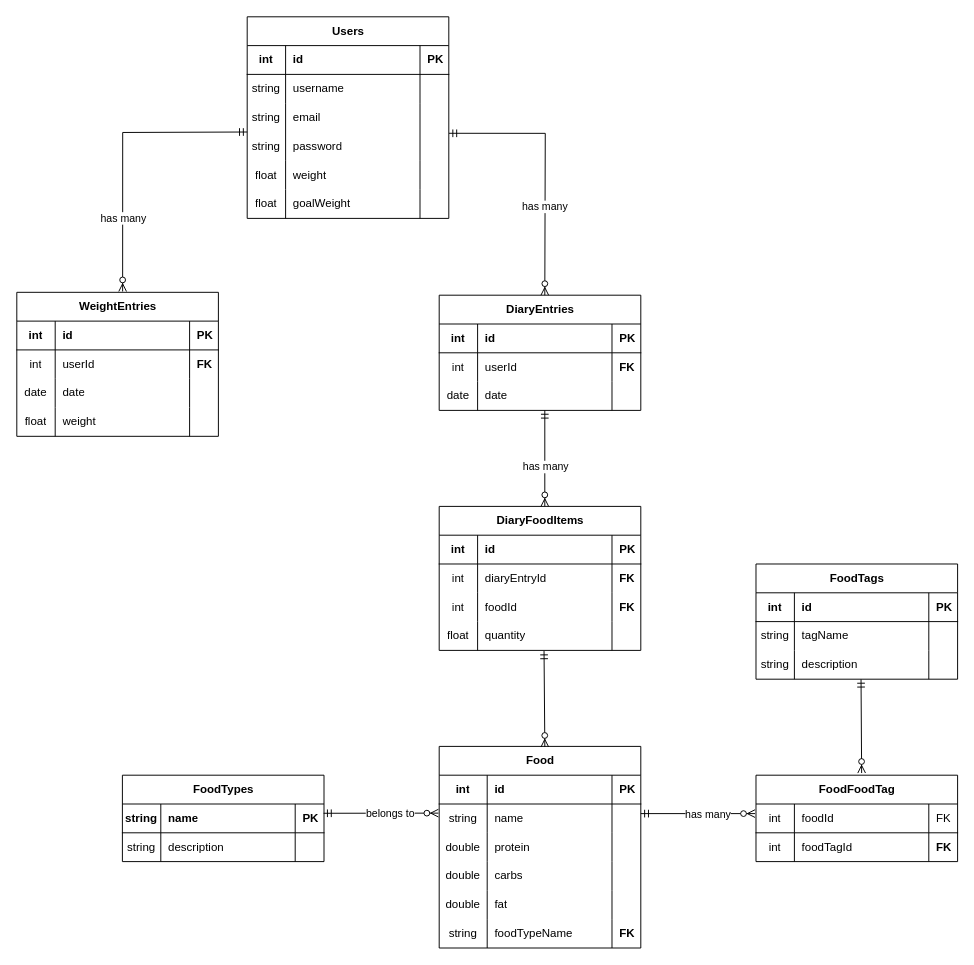
Earlier version of the draw.io diagram fitness-app/diagrams/FitnessApplication.drawio (takeshi-arihori/LaravelApps). Source tidied: cells renumbered, new cells numbered last; positions are measured from the earlier drawing's top-left corner, leaving out a move shared by most shapes. Both pictures are drawn from the tidied source at 96%, with x=0, y=0 at pixel (16, 16).
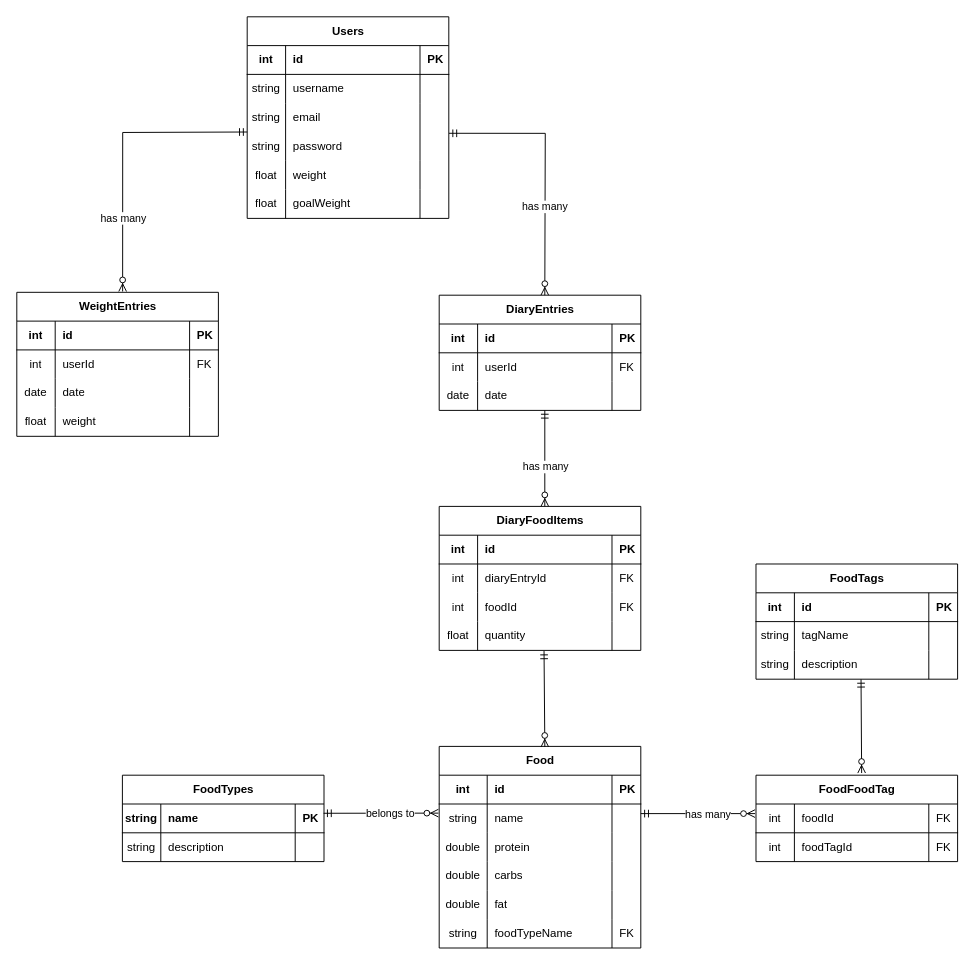
Above is the later version.

The change refers to these unchanged cells:
```xml
<mxCell id="32" style="shape=tableRow;horizontal=0;startSize=0;swimlaneHead=0;swimlaneBody=0;fillColor=none;top=0;left=0;right=0;bottom=0;fontColor=default;" parent="27" vertex="1">
  <mxGeometry y="60" width="210" height="30" as="geometry" />
</mxCell>
<mxCell id="49" style="shape=tableRow;horizontal=0;startSize=0;swimlaneHead=0;swimlaneBody=0;fillColor=none;top=0;left=0;right=0;bottom=0;fontColor=default;" parent="44" vertex="1">
  <mxGeometry y="60" width="210" height="30" as="geometry" />
</mxCell>
<mxCell id="62" style="shape=tableRow;horizontal=0;startSize=0;swimlaneHead=0;swimlaneBody=0;fillColor=none;top=0;left=0;right=0;bottom=0;fontColor=default;" parent="57" vertex="1">
  <mxGeometry y="60" width="210" height="30" as="geometry" />
</mxCell>
<mxCell id="66" style="shape=tableRow;horizontal=0;startSize=0;swimlaneHead=0;swimlaneBody=0;fillColor=none;top=0;left=0;right=0;bottom=0;fontColor=default;" parent="57" vertex="1">
  <mxGeometry y="90" width="210" height="30" as="geometry" />
</mxCell>
<mxCell id="95" style="shape=tableRow;horizontal=0;startSize=0;swimlaneHead=0;swimlaneBody=0;fillColor=none;top=0;left=0;right=0;bottom=0;fontColor=default;" parent="74" vertex="1">
  <mxGeometry y="180" width="210" height="30" as="geometry" />
</mxCell>
<mxCell id="113" style="shape=tableRow;horizontal=0;startSize=0;swimlaneHead=0;swimlaneBody=0;fillColor=none;top=0;left=0;right=0;bottom=0;fontColor=default;" parent="108" vertex="1">
  <mxGeometry y="60" width="210" height="30" as="geometry" />
</mxCell>
```

Diff of the diagram source:
```diff
@@
-    <mxCell id="35" value="&lt;b&gt;FK&lt;/b&gt;" style="shape=partialRectangle;fillColor=none;top=0;left=0;bottom=0;right=0;align=left;spacingLeft=6;overflow=hidden;whiteSpace=wrap;html=1;strokeWidth=1;fontColor=default;" parent="32" vertex="1">
+    <mxCell id="35" value="FK" style="shape=partialRectangle;fillColor=none;top=0;left=0;bottom=0;right=0;align=left;spacingLeft=6;overflow=hidden;whiteSpace=wrap;html=1;strokeWidth=1;fontColor=default;" parent="32" vertex="1">
       <mxGeometry x="180" width="30" height="30" as="geometry" />
     </mxCell>
@@
-    <mxCell id="52" value="&lt;b&gt;FK&lt;/b&gt;" style="shape=partialRectangle;fillColor=none;top=0;left=0;bottom=0;right=0;align=left;spacingLeft=6;overflow=hidden;whiteSpace=wrap;html=1;strokeWidth=1;fontColor=default;" parent="49" vertex="1">
+    <mxCell id="52" value="FK" style="shape=partialRectangle;fillColor=none;top=0;left=0;bottom=0;right=0;align=left;spacingLeft=6;overflow=hidden;whiteSpace=wrap;html=1;strokeWidth=1;fontColor=default;" parent="49" vertex="1">
       <mxGeometry x="180" width="30" height="30" as="geometry" />
     </mxCell>
@@
-    <mxCell id="65" value="&lt;b&gt;FK&lt;/b&gt;" style="shape=partialRectangle;fillColor=none;top=0;left=0;bottom=0;right=0;align=left;spacingLeft=6;overflow=hidden;whiteSpace=wrap;html=1;strokeWidth=1;fontColor=default;" parent="62" vertex="1">
+    <mxCell id="65" value="FK" style="shape=partialRectangle;fillColor=none;top=0;left=0;bottom=0;right=0;align=left;spacingLeft=6;overflow=hidden;whiteSpace=wrap;html=1;strokeWidth=1;fontColor=default;" parent="62" vertex="1">
       <mxGeometry x="180" width="30" height="30" as="geometry" />
     </mxCell>
@@
-    <mxCell id="69" value="&lt;b&gt;FK&lt;/b&gt;" style="shape=partialRectangle;fillColor=none;top=0;left=0;bottom=0;right=0;align=left;spacingLeft=6;overflow=hidden;whiteSpace=wrap;html=1;fontColor=default;" parent="66" vertex="1">
+    <mxCell id="69" value="FK" style="shape=partialRectangle;fillColor=none;top=0;left=0;bottom=0;right=0;align=left;spacingLeft=6;overflow=hidden;whiteSpace=wrap;html=1;fontColor=default;" parent="66" vertex="1">
       <mxGeometry x="180" width="30" height="30" as="geometry" />
     </mxCell>
@@
-    <mxCell id="98" value="&lt;b&gt;FK&lt;/b&gt;" style="shape=partialRectangle;fillColor=none;top=0;left=0;bottom=0;right=0;align=left;spacingLeft=6;overflow=hidden;whiteSpace=wrap;html=1;fontColor=default;" parent="95" vertex="1">
+    <mxCell id="98" value="FK" style="shape=partialRectangle;fillColor=none;top=0;left=0;bottom=0;right=0;align=left;spacingLeft=6;overflow=hidden;whiteSpace=wrap;html=1;fontColor=default;" parent="95" vertex="1">
       <mxGeometry x="180" width="30" height="30" as="geometry" />
     </mxCell>
@@
-    <mxCell id="116" value="&lt;b&gt;FK&lt;/b&gt;" style="shape=partialRectangle;fillColor=none;top=0;left=0;bottom=0;right=0;align=left;spacingLeft=6;overflow=hidden;whiteSpace=wrap;html=1;strokeWidth=1;fontColor=default;" parent="113" vertex="1">
+    <mxCell id="116" value="FK" style="shape=partialRectangle;fillColor=none;top=0;left=0;bottom=0;right=0;align=left;spacingLeft=6;overflow=hidden;whiteSpace=wrap;html=1;strokeWidth=1;fontColor=default;" parent="113" vertex="1">
       <mxGeometry x="180" width="30" height="30" as="geometry" />
     </mxCell>
```
